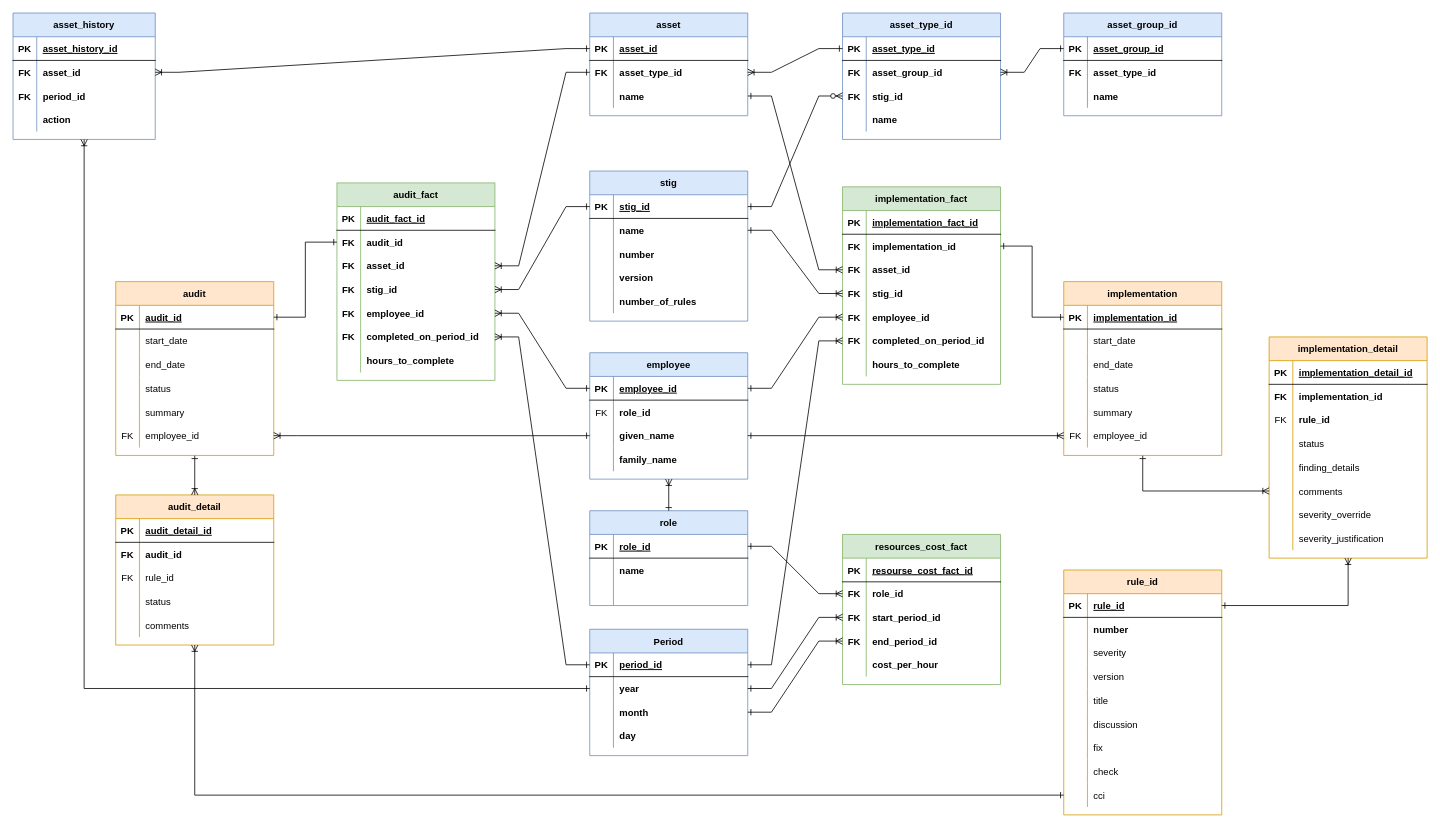
Earlier version of the draw.io diagram docs/potential_warehouse_model.drawio (brian-nelson/ESC2). Source tidied: cells renumbered, new cells numbered last; positions are measured from the earlier drawing's top-left corner, leaving out a move shared by most shapes. Both pictures are drawn from the tidied source at 79%, with x=0, y=0 at pixel (13, 13).
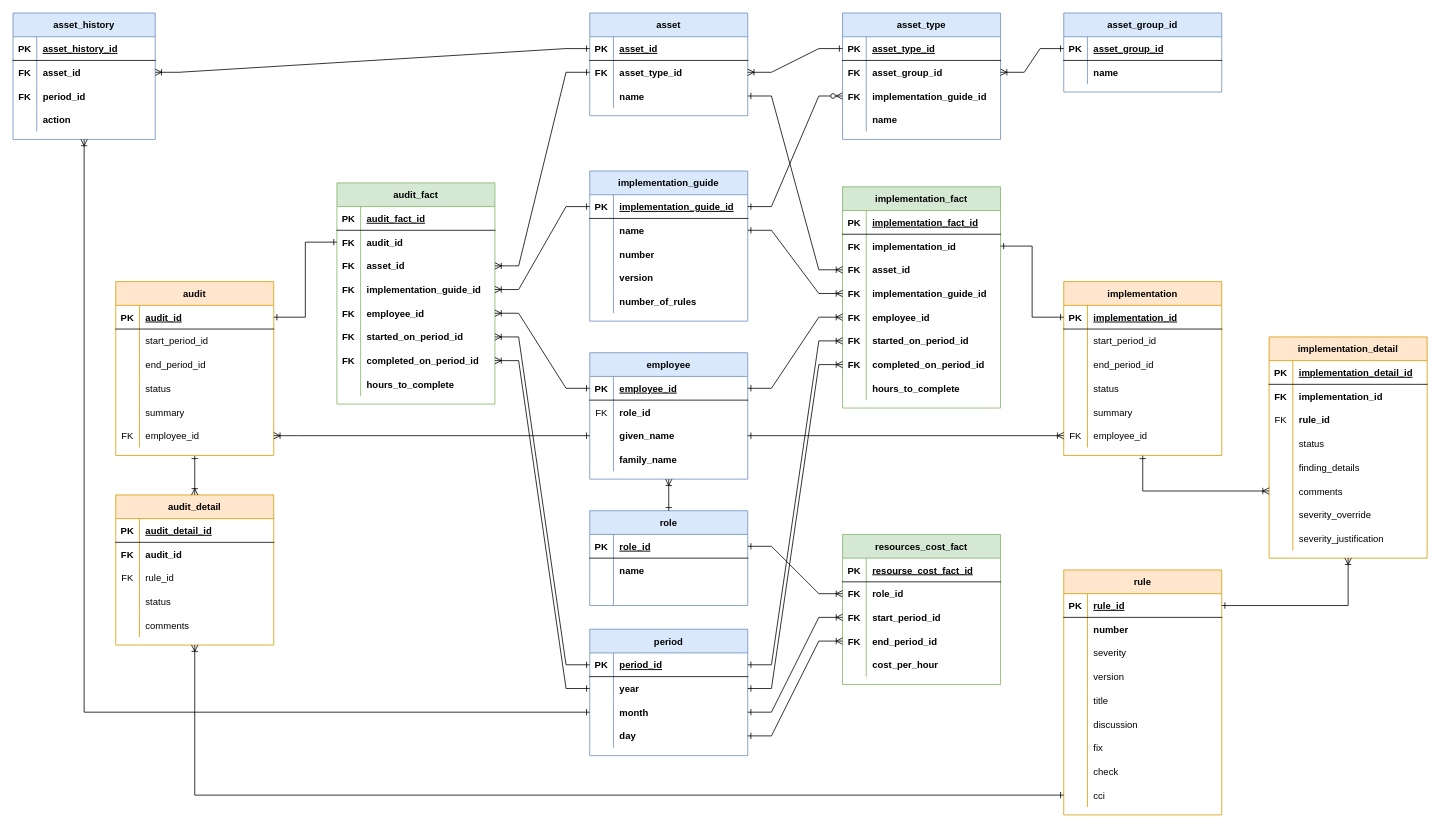
After the change.

Unchanged cells that the change refers to:
```xml
<mxCell id="12" style="shape=partialRectangle;fillColor=none;top=0;left=0;bottom=0;right=0;points=[[0,0.5],[1,0.5]];portConstraint=eastwest;" parent="2" vertex="1">
  <mxGeometry y="120" width="200" height="30" as="geometry" />
</mxCell>
<mxCell id="25" style="shape=partialRectangle;fillColor=none;top=0;left=0;bottom=1;right=0;points=[[0,0.5],[1,0.5]];portConstraint=eastwest;" parent="24" vertex="1">
  <mxGeometry y="30" width="200" height="30" as="geometry" />
</mxCell>
<mxCell id="28" style="shape=partialRectangle;fillColor=none;top=0;left=0;bottom=0;right=0;points=[[0,0.5],[1,0.5]];portConstraint=eastwest;" parent="24" vertex="1">
  <mxGeometry y="60" width="200" height="30" as="geometry" />
</mxCell>
<mxCell id="31" style="shape=partialRectangle;fillColor=none;top=0;left=0;bottom=0;right=0;points=[[0,0.5],[1,0.5]];portConstraint=eastwest;" parent="24" vertex="1">
  <mxGeometry y="90" width="200" height="30" as="geometry" />
</mxCell>
<mxCell id="34" style="shape=partialRectangle;fillColor=none;top=0;left=0;bottom=0;right=0;points=[[0,0.5],[1,0.5]];portConstraint=eastwest;" parent="24" vertex="1">
  <mxGeometry y="120" width="200" height="30" as="geometry" />
</mxCell>
<mxCell id="48" style="shape=partialRectangle;fillColor=none;top=0;left=0;bottom=0;right=0;points=[[0,0.5],[1,0.5]];portConstraint=eastwest;" parent="38" vertex="1">
  <mxGeometry y="120" width="200" height="30" as="geometry" />
</mxCell>
<mxCell id="61" style="shape=partialRectangle;fillColor=none;top=0;left=0;bottom=1;right=0;points=[[0,0.5],[1,0.5]];portConstraint=eastwest;" parent="60" vertex="1">
  <mxGeometry y="30" width="200" height="30" as="geometry" />
</mxCell>
<mxCell id="111" style="shape=partialRectangle;fillColor=none;top=0;left=0;bottom=0;right=0;points=[[0,0.5],[1,0.5]];portConstraint=eastwest;" parent="104" vertex="1">
  <mxGeometry y="90" width="200" height="30" as="geometry" />
</mxCell>
<mxCell id="149" style="shape=partialRectangle;fillColor=none;top=0;left=0;bottom=0;right=0;points=[[0,0.5],[1,0.5]];portConstraint=eastwest;" parent="142" vertex="1">
  <mxGeometry y="90" width="200" height="30" as="geometry" />
</mxCell>
<mxCell id="152" style="shape=partialRectangle;fillColor=none;top=0;left=0;bottom=0;right=0;points=[[0,0.5],[1,0.5]];portConstraint=eastwest;" parent="142" vertex="1">
  <mxGeometry y="120" width="200" height="30" as="geometry" />
</mxCell>
<mxCell id="162" value="asset_history" style="shape=table;startSize=30;childLayout=tableLayout;rowLines=0;fontStyle=1;align=center;fillColor=#dae8fc;strokeColor=#6c8ebf;" parent="1" vertex="1">
  <mxGeometry width="180" height="160" as="geometry" />
</mxCell>
<mxCell id="254" style="shape=partialRectangle;fillColor=none;top=0;left=0;bottom=0;right=0;" parent="250" vertex="1">
  <mxGeometry y="60" width="200" height="30" as="geometry" />
</mxCell>
<mxCell id="257" style="shape=partialRectangle;fillColor=none;top=0;left=0;bottom=0;right=0;" parent="250" vertex="1">
  <mxGeometry y="90" width="200" height="30" as="geometry" />
</mxCell>
<mxCell id="274" style="shape=partialRectangle;fillColor=none;top=0;left=0;bottom=0;right=0;" parent="270" vertex="1">
  <mxGeometry y="60" width="200" height="30" as="geometry" />
</mxCell>
<mxCell id="277" style="shape=partialRectangle;fillColor=none;top=0;left=0;bottom=0;right=0;" parent="270" vertex="1">
  <mxGeometry y="90" width="200" height="30" as="geometry" />
</mxCell>
```

Diff of the diagram source:
```diff
@@
     <mxCell id="2" value="implementation_fact" style="shape=table;startSize=30;childLayout=tableLayout;rowLines=0;fontStyle=1;align=center;fillColor=#d5e8d4;strokeColor=#82b366;" parent="1" vertex="1">
-      <mxGeometry x="1050" y="220" width="200" height="250" as="geometry" />
+      <mxGeometry x="1050" y="220" width="200" height="280" as="geometry" />
     </mxCell>
@@
-    <mxCell id="14" value="stig_id" style="shape=partialRectangle;fillColor=none;top=0;left=0;bottom=0;right=0;align=left;spacingLeft=6;overflow=hidden;fontStyle=1;" parent="12" vertex="1">
+    <mxCell id="14" value="implementation_guide_id" style="shape=partialRectangle;fillColor=none;top=0;left=0;bottom=0;right=0;align=left;spacingLeft=6;overflow=hidden;fontStyle=1;" parent="12" vertex="1">
       <mxGeometry x="30" width="170" height="30" as="geometry" />
     </mxCell>
@@
+    <mxCell id="292" style="shape=partialRectangle;fillColor=none;top=0;left=0;bottom=0;right=0;points=[[0,0.5],[1,0.5]];portConstraint=eastwest;" parent="2" vertex="1">
+      <mxGeometry y="180" width="200" height="30" as="geometry" />
+    </mxCell>
+    <mxCell id="293" value="FK" style="shape=partialRectangle;fillColor=none;top=0;left=0;bottom=0;right=0;fontStyle=1;overflow=hidden;" parent="292" vertex="1">
+      <mxGeometry width="30" height="30" as="geometry" />
+    </mxCell>
+    <mxCell id="294" value="started_on_period_id" style="shape=partialRectangle;fillColor=none;top=0;left=0;bottom=0;right=0;align=left;spacingLeft=6;fontStyle=1;overflow=hidden;" parent="292" vertex="1">
+      <mxGeometry x="30" width="170" height="30" as="geometry" />
+    </mxCell>
     <mxCell id="18" style="shape=partialRectangle;fillColor=none;top=0;left=0;bottom=0;right=0;points=[[0,0.5],[1,0.5]];portConstraint=eastwest;" parent="2" vertex="1">
-      <mxGeometry y="180" width="200" height="30" as="geometry" />
+      <mxGeometry y="210" width="200" height="30" as="geometry" />
     </mxCell>
@@
     <mxCell id="21" style="shape=partialRectangle;fillColor=none;top=0;left=0;bottom=0;right=0;" parent="2" vertex="1">
-      <mxGeometry y="210" width="200" height="30" as="geometry" />
+      <mxGeometry y="240" width="200" height="30" as="geometry" />
     </mxCell>
@@
-    <mxCell id="24" value="Period" style="shape=table;startSize=30;childLayout=tableLayout;rowLines=0;fontStyle=1;align=center;fillColor=#dae8fc;strokeColor=#6c8ebf;" parent="1" vertex="1">
+    <mxCell id="24" value="period" style="shape=table;startSize=30;childLayout=tableLayout;rowLines=0;fontStyle=1;align=center;fillColor=#dae8fc;strokeColor=#6c8ebf;" parent="1" vertex="1">
       <mxGeometry x="730" y="780" width="200" height="160" as="geometry" />
     </mxCell>
@@
-    <mxCell id="37" style="edgeStyle=entityRelationEdgeStyle;fontSize=12;html=1;endArrow=ERoneToMany;rounded=0;exitX=1;exitY=0.5;exitDx=0;exitDy=0;entryX=0;entryY=0.5;entryDx=0;entryDy=0;startArrow=ERone;startFill=0;" parent="1" edge="1" source="25" target="18">
+    <mxCell id="37" style="edgeStyle=entityRelationEdgeStyle;fontSize=12;html=1;endArrow=ERoneToMany;rounded=0;exitX=1;exitY=0.5;exitDx=0;exitDy=0;entryX=0;entryY=0.5;entryDx=0;entryDy=0;startArrow=ERone;startFill=0;" parent="1" edge="1" source="28" target="18">
       <mxGeometry relative="1" as="geometry" />
     </mxCell>
     <mxCell id="38" value="audit_fact" style="shape=table;startSize=30;childLayout=tableLayout;rowLines=0;fontStyle=1;align=center;fillColor=#d5e8d4;strokeColor=#82b366;" parent="1" vertex="1">
-      <mxGeometry x="410" y="215" width="200" height="250" as="geometry" />
+      <mxGeometry x="410" y="215" width="200" height="280" as="geometry" />
     </mxCell>
@@
-    <mxCell id="50" value="stig_id" style="shape=partialRectangle;fillColor=none;top=0;left=0;bottom=0;right=0;align=left;spacingLeft=6;overflow=hidden;fontStyle=1;" parent="48" vertex="1">
+    <mxCell id="50" value="implementation_guide_id" style="shape=partialRectangle;fillColor=none;top=0;left=0;bottom=0;right=0;align=left;spacingLeft=6;overflow=hidden;fontStyle=1;" parent="48" vertex="1">
       <mxGeometry x="30" width="170" height="30" as="geometry" />
     </mxCell>
@@
+    <mxCell id="295" style="shape=partialRectangle;fillColor=none;top=0;left=0;bottom=0;right=0;points=[[0,0.5],[1,0.5]];portConstraint=eastwest;" parent="38" vertex="1">
+      <mxGeometry y="180" width="200" height="30" as="geometry" />
+    </mxCell>
+    <mxCell id="296" value="FK" style="shape=partialRectangle;fillColor=none;top=0;left=0;bottom=0;right=0;fontStyle=1;overflow=hidden;" parent="295" vertex="1">
+      <mxGeometry width="30" height="30" as="geometry" />
+    </mxCell>
+    <mxCell id="297" value="started_on_period_id" style="shape=partialRectangle;fillColor=none;top=0;left=0;bottom=0;right=0;align=left;spacingLeft=6;fontStyle=1;overflow=hidden;" parent="295" vertex="1">
+      <mxGeometry x="30" width="170" height="30" as="geometry" />
+    </mxCell>
     <mxCell id="54" style="shape=partialRectangle;fillColor=none;top=0;left=0;bottom=0;right=0;points=[[0,0.5],[1,0.5]];portConstraint=eastwest;" parent="38" vertex="1">
-      <mxGeometry y="180" width="200" height="30" as="geometry" />
+      <mxGeometry y="210" width="200" height="30" as="geometry" />
     </mxCell>
@@
     <mxCell id="57" style="shape=partialRectangle;fillColor=none;top=0;left=0;bottom=0;right=0;" parent="38" vertex="1">
-      <mxGeometry y="210" width="200" height="30" as="geometry" />
+      <mxGeometry y="240" width="200" height="30" as="geometry" />
     </mxCell>
@@
-    <mxCell id="60" value="stig" style="shape=table;startSize=30;childLayout=tableLayout;rowLines=0;fontStyle=1;align=center;fillColor=#dae8fc;strokeColor=#6c8ebf;" parent="1" vertex="1">
+    <mxCell id="60" value="implementation_guide" style="shape=table;startSize=30;childLayout=tableLayout;rowLines=0;fontStyle=1;align=center;fillColor=#dae8fc;strokeColor=#6c8ebf;" parent="1" vertex="1">
       <mxGeometry x="730" y="200" width="200" height="190" as="geometry" />
     </mxCell>
@@
-    <mxCell id="63" value="stig_id" style="shape=partialRectangle;fillColor=none;top=0;left=0;bottom=0;right=0;align=left;spacingLeft=6;fontStyle=5;overflow=hidden;" parent="61" vertex="1">
+    <mxCell id="63" value="implementation_guide_id" style="shape=partialRectangle;fillColor=none;top=0;left=0;bottom=0;right=0;align=left;spacingLeft=6;fontStyle=5;overflow=hidden;" parent="61" vertex="1">
       <mxGeometry x="30" width="170" height="30" as="geometry" />
     </mxCell>
@@
-    <mxCell id="76" style="edgeStyle=entityRelationEdgeStyle;fontSize=12;html=1;endArrow=ERoneToMany;rounded=0;exitX=0;exitY=0.5;exitDx=0;exitDy=0;entryX=1;entryY=0.5;entryDx=0;entryDy=0;startArrow=ERone;startFill=0;" parent="1" edge="1" source="25" target="54">
+    <mxCell id="76" style="edgeStyle=entityRelationEdgeStyle;fontSize=12;html=1;endArrow=ERoneToMany;rounded=0;entryX=1;entryY=0.5;entryDx=0;entryDy=0;startArrow=ERone;startFill=0;exitX=0;exitY=0.5;exitDx=0;exitDy=0;" parent="1" edge="1" source="28" target="54">
       <mxGeometry relative="1" as="geometry" />
     </mxCell>
@@
-    <mxCell id="104" value="asset_type_id" style="shape=table;startSize=30;childLayout=tableLayout;rowLines=0;fontStyle=1;align=center;fillColor=#dae8fc;strokeColor=#6c8ebf;" parent="1" vertex="1">
+    <mxCell id="104" value="asset_type" style="shape=table;startSize=30;childLayout=tableLayout;rowLines=0;fontStyle=1;align=center;fillColor=#dae8fc;strokeColor=#6c8ebf;" parent="1" vertex="1">
       <mxGeometry x="1050" width="200" height="160" as="geometry" />
     </mxCell>
@@
-    <mxCell id="113" value="stig_id" style="shape=partialRectangle;fillColor=none;top=0;left=0;bottom=0;right=0;align=left;spacingLeft=6;fontStyle=1;overflow=hidden;" parent="111" vertex="1">
+    <mxCell id="113" value="implementation_guide_id" style="shape=partialRectangle;fillColor=none;top=0;left=0;bottom=0;right=0;align=left;spacingLeft=6;fontStyle=1;overflow=hidden;" parent="111" vertex="1">
       <mxGeometry x="30" width="170" height="30" as="geometry" />
     </mxCell>
@@
     <mxCell id="120" value="asset_group_id" style="shape=table;startSize=30;childLayout=tableLayout;rowLines=0;fontStyle=1;align=center;fillColor=#dae8fc;strokeColor=#6c8ebf;" parent="1" vertex="1">
-      <mxGeometry x="1330" width="200" height="130" as="geometry" />
+      <mxGeometry x="1330" width="200" height="100" as="geometry" />
     </mxCell>
@@
-    <mxCell id="124" style="shape=partialRectangle;fillColor=none;top=0;left=0;bottom=0;right=0;" parent="120" vertex="1">
-      <mxGeometry y="60" width="200" height="30" as="geometry" />
-    </mxCell>
-    <mxCell id="125" value="FK" style="shape=partialRectangle;fillColor=none;top=0;left=0;bottom=0;right=0;overflow=hidden;fontStyle=1;" parent="124" vertex="1">
-      <mxGeometry width="30" height="30" as="geometry" />
-    </mxCell>
-    <mxCell id="126" value="asset_type_id" style="shape=partialRectangle;fillColor=none;top=0;left=0;bottom=0;right=0;align=left;spacingLeft=6;overflow=hidden;fontStyle=1;" parent="124" vertex="1">
-      <mxGeometry x="30" width="170" height="30" as="geometry" />
-    </mxCell>
     <mxCell id="127" style="shape=partialRectangle;fillColor=none;top=0;left=0;bottom=0;right=0;" parent="120" vertex="1">
-      <mxGeometry y="90" width="200" height="30" as="geometry" />
+      <mxGeometry y="60" width="200" height="30" as="geometry" />
     </mxCell>
@@
-    <mxCell id="159" style="edgeStyle=entityRelationEdgeStyle;fontSize=12;html=1;endArrow=ERoneToMany;rounded=0;entryX=0;entryY=0.5;entryDx=0;entryDy=0;startArrow=ERone;startFill=0;" parent="1" edge="1" source="28" target="149">
+    <mxCell id="159" style="edgeStyle=entityRelationEdgeStyle;fontSize=12;html=1;endArrow=ERoneToMany;rounded=0;entryX=0;entryY=0.5;entryDx=0;entryDy=0;startArrow=ERone;startFill=0;" parent="1" edge="1" source="31" target="149">
       <mxGeometry relative="1" as="geometry" />
     </mxCell>
-    <mxCell id="160" style="edgeStyle=entityRelationEdgeStyle;fontSize=12;html=1;endArrow=ERoneToMany;rounded=0;entryX=0;entryY=0.5;entryDx=0;entryDy=0;startArrow=ERone;startFill=0;exitX=1;exitY=0.5;exitDx=0;exitDy=0;" parent="1" edge="1" source="31" target="152">
+    <mxCell id="160" style="edgeStyle=entityRelationEdgeStyle;fontSize=12;html=1;endArrow=ERoneToMany;rounded=0;entryX=0;entryY=0.5;entryDx=0;entryDy=0;startArrow=ERone;startFill=0;exitX=1;exitY=0.5;exitDx=0;exitDy=0;" parent="1" edge="1" source="34" target="152">
       <mxGeometry relative="1" as="geometry" />
     </mxCell>
@@
-    <mxCell id="176" style="edgeStyle=orthogonalEdgeStyle;fontSize=12;html=1;endArrow=ERoneToMany;rounded=0;startArrow=ERone;startFill=0;exitX=0;exitY=0.5;exitDx=0;exitDy=0;entryX=0.5;entryY=1;entryDx=0;entryDy=0;" parent="1" edge="1" source="28" target="162">
+    <mxCell id="176" style="edgeStyle=orthogonalEdgeStyle;fontSize=12;html=1;endArrow=ERoneToMany;rounded=0;startArrow=ERone;startFill=0;exitX=0;exitY=0.5;exitDx=0;exitDy=0;entryX=0.5;entryY=1;entryDx=0;entryDy=0;" parent="1" edge="1" source="31" target="162">
       <mxGeometry relative="1" as="geometry" />
     </mxCell>
@@
-    <mxCell id="220" value="rule_id" style="shape=table;startSize=30;childLayout=tableLayout;rowLines=0;fontStyle=1;align=center;fillColor=#ffe6cc;strokeColor=#d79b00;" parent="1" vertex="1">
+    <mxCell id="220" value="rule" style="shape=table;startSize=30;childLayout=tableLayout;rowLines=0;fontStyle=1;align=center;fillColor=#ffe6cc;strokeColor=#d79b00;" parent="1" vertex="1">
       <mxGeometry x="1330" y="705" width="200" height="310" as="geometry" />
     </mxCell>
@@
-    <mxCell id="256" value="start_date" style="shape=partialRectangle;fillColor=none;top=0;left=0;bottom=0;right=0;align=left;spacingLeft=6;fontStyle=0;overflow=hidden;" parent="254" vertex="1">
+    <mxCell id="256" value="start_period_id" style="shape=partialRectangle;fillColor=none;top=0;left=0;bottom=0;right=0;align=left;spacingLeft=6;fontStyle=0;overflow=hidden;" parent="254" vertex="1">
       <mxGeometry x="30" width="170" height="30" as="geometry" />
     </mxCell>
@@
-    <mxCell id="259" value="end_date" style="shape=partialRectangle;fillColor=none;top=0;left=0;bottom=0;right=0;align=left;spacingLeft=6;overflow=hidden;" parent="257" vertex="1">
+    <mxCell id="259" value="end_period_id" style="shape=partialRectangle;fillColor=none;top=0;left=0;bottom=0;right=0;align=left;spacingLeft=6;overflow=hidden;" parent="257" vertex="1">
       <mxGeometry x="30" width="170" height="30" as="geometry" />
     </mxCell>
@@
-    <mxCell id="276" value="start_date" style="shape=partialRectangle;fillColor=none;top=0;left=0;bottom=0;right=0;align=left;spacingLeft=6;overflow=hidden;" parent="274" vertex="1">
+    <mxCell id="276" value="start_period_id" style="shape=partialRectangle;fillColor=none;top=0;left=0;bottom=0;right=0;align=left;spacingLeft=6;overflow=hidden;" parent="274" vertex="1">
       <mxGeometry x="30" width="170" height="30" as="geometry" />
     </mxCell>
@@
-    <mxCell id="279" value="end_date" style="shape=partialRectangle;fillColor=none;top=0;left=0;bottom=0;right=0;align=left;spacingLeft=6;overflow=hidden;" parent="277" vertex="1">
+    <mxCell id="279" value="end_period_id" style="shape=partialRectangle;fillColor=none;top=0;left=0;bottom=0;right=0;align=left;spacingLeft=6;overflow=hidden;" parent="277" vertex="1">
       <mxGeometry x="30" width="170" height="30" as="geometry" />
     </mxCell>
@@
+    <mxCell id="298" style="edgeStyle=entityRelationEdgeStyle;fontSize=12;html=1;endArrow=ERoneToMany;rounded=0;exitX=1;exitY=0.5;exitDx=0;exitDy=0;entryX=0;entryY=0.5;entryDx=0;entryDy=0;startArrow=ERone;startFill=0;" parent="1" edge="1" source="25" target="292">
+      <mxGeometry relative="1" as="geometry" />
+    </mxCell>
+    <mxCell id="299" style="edgeStyle=entityRelationEdgeStyle;fontSize=12;html=1;endArrow=ERoneToMany;rounded=0;entryX=1;entryY=0.5;entryDx=0;entryDy=0;startArrow=ERone;startFill=0;exitX=0;exitY=0.5;exitDx=0;exitDy=0;" parent="1" edge="1" source="25" target="295">
+      <mxGeometry relative="1" as="geometry" />
+    </mxCell>
```
